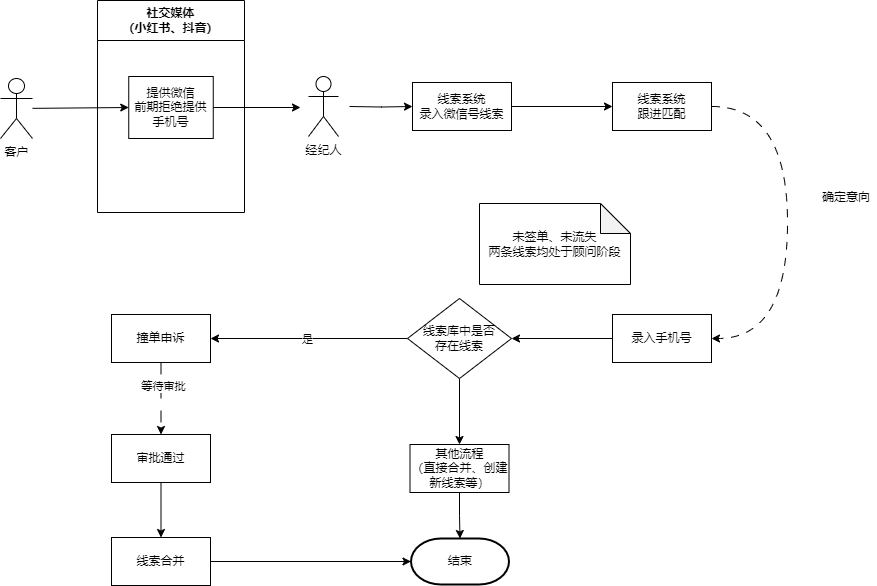
The draw.io diagram SCRM.drawio.png in anze1314/picture, before a commit. Source tidied: cells renumbered, new cells last; positions are measured from the earlier drawing's top-left corner, leaving out a move shared by most shapes. Source of this version:
```xml
<mxGraphModel>
  <root>
    <mxCell id="0" />
    <mxCell id="1" parent="0" />
    <mxCell id="2" style="edgeStyle=orthogonalEdgeStyle;rounded=0;jettySize=auto;html=1;entryX=0;entryY=0.5;entryDx=0;entryDy=0;" parent="1" edge="1" target="10">
      <mxGeometry relative="1" as="geometry">
        <mxPoint x="349" y="106" as="sourcePoint" />
      </mxGeometry>
    </mxCell>
    <mxCell id="3" value="经纪人" style="shape=umlActor;verticalLabelPosition=bottom;verticalAlign=top;html=1;" parent="1" vertex="1">
      <mxGeometry x="308" y="76" width="30" height="60" as="geometry" />
    </mxCell>
    <mxCell id="4" style="rounded=0;jettySize=auto;html=1;entryX=0;entryY=0.5;entryDx=0;entryDy=0;" parent="1" edge="1" source="5" target="7">
      <mxGeometry relative="1" as="geometry" />
    </mxCell>
    <mxCell id="5" value="客户" style="shape=umlActor;verticalLabelPosition=bottom;verticalAlign=top;html=1;outlineConnect=0;" parent="1" vertex="1">
      <mxGeometry y="78" width="32" height="60" as="geometry" />
    </mxCell>
    <mxCell id="6" value="社交媒体&lt;br&gt;（小红书、抖音）" style="swimlane;whiteSpace=wrap;html=1;startSize=40;" parent="1" vertex="1">
      <mxGeometry x="97" width="147" height="212" as="geometry" />
    </mxCell>
    <mxCell id="7" value="提供微信&lt;br&gt;前期拒绝提供手机号" style="rounded=0;whiteSpace=wrap;html=1;" parent="6" vertex="1">
      <mxGeometry x="31.2" y="76" width="84.5" height="62" as="geometry" />
    </mxCell>
    <mxCell id="8" style="rounded=0;jettySize=auto;html=1;exitX=1;exitY=0.5;exitDx=0;exitDy=0;" parent="1" edge="1" source="7">
      <mxGeometry relative="1" as="geometry">
        <mxPoint x="300" y="107" as="targetPoint" />
      </mxGeometry>
    </mxCell>
    <mxCell id="9" style="edgeStyle=orthogonalEdgeStyle;rounded=0;jettySize=auto;html=1;exitX=1;exitY=0.5;exitDx=0;exitDy=0;entryX=0;entryY=0.5;entryDx=0;entryDy=0;" parent="1" edge="1" source="10" target="12">
      <mxGeometry relative="1" as="geometry" />
    </mxCell>
    <mxCell id="10" value="线索系统&lt;br&gt;录入微信号线索" style="rounded=0;whiteSpace=wrap;html=1;" parent="1" vertex="1">
      <mxGeometry x="412" y="82" width="99" height="48" as="geometry" />
    </mxCell>
    <mxCell id="11" style="edgeStyle=orthogonalEdgeStyle;rounded=0;jettySize=auto;html=1;exitX=1;exitY=0.5;exitDx=0;exitDy=0;entryX=1;entryY=0.5;entryDx=0;entryDy=0;curved=1;dashed=1;dashPattern=8 8;" parent="1" edge="1" source="12" target="14">
      <mxGeometry relative="1" as="geometry">
        <Array as="points">
          <mxPoint x="787" y="106" />
          <mxPoint x="787" y="338" />
        </Array>
      </mxGeometry>
    </mxCell>
    <mxCell id="12" value="线索系统&lt;br&gt;跟进匹配" style="rounded=0;whiteSpace=wrap;html=1;" parent="1" vertex="1">
      <mxGeometry x="612" y="82" width="99" height="48" as="geometry" />
    </mxCell>
    <mxCell id="13" style="edgeStyle=orthogonalEdgeStyle;rounded=0;jettySize=auto;html=1;exitX=0;exitY=0.5;exitDx=0;exitDy=0;entryX=1;entryY=0.5;entryDx=0;entryDy=0;" parent="1" edge="1" source="14" target="22">
      <mxGeometry relative="1" as="geometry" />
    </mxCell>
    <mxCell id="14" value="录入手机号" style="rounded=0;whiteSpace=wrap;html=1;" parent="1" vertex="1">
      <mxGeometry x="612" y="314" width="99" height="48" as="geometry" />
    </mxCell>
    <mxCell id="15" value="确定意向" style="text;html=1;strokeColor=none;fillColor=none;align=center;verticalAlign=middle;whiteSpace=wrap;rounded=0;" parent="1" vertex="1">
      <mxGeometry x="816" y="182" width="60" height="30" as="geometry" />
    </mxCell>
    <mxCell id="16" style="edgeStyle=orthogonalEdgeStyle;rounded=0;jettySize=auto;html=1;exitX=0.5;exitY=1;exitDx=0;exitDy=0;entryX=0.5;entryY=0;entryDx=0;entryDy=0;dashed=1;dashPattern=12 12;" parent="1" edge="1" source="18" target="28">
      <mxGeometry relative="1" as="geometry" />
    </mxCell>
    <mxCell id="17" value="等待审批" style="edgeLabel;html=1;align=center;verticalAlign=middle;" parent="16" vertex="1">
      <mxGeometry x="-0.36" y="2" relative="1" as="geometry" />
    </mxCell>
    <mxCell id="18" value="撞单申诉" style="rounded=0;whiteSpace=wrap;html=1;" parent="1" vertex="1">
      <mxGeometry x="111" y="314" width="99" height="48" as="geometry" />
    </mxCell>
    <mxCell id="19" style="edgeStyle=orthogonalEdgeStyle;rounded=0;jettySize=auto;html=1;entryX=1;entryY=0.5;entryDx=0;entryDy=0;" parent="1" edge="1" source="22" target="18">
      <mxGeometry relative="1" as="geometry" />
    </mxCell>
    <mxCell id="20" value="是" style="edgeLabel;html=1;align=center;verticalAlign=middle;" parent="19" vertex="1">
      <mxGeometry x="0.02" relative="1" as="geometry" />
    </mxCell>
    <mxCell id="21" style="edgeStyle=orthogonalEdgeStyle;rounded=0;jettySize=auto;html=1;exitX=0.5;exitY=1;exitDx=0;exitDy=0;entryX=0.5;entryY=0;entryDx=0;entryDy=0;" parent="1" edge="1" source="22" target="25">
      <mxGeometry relative="1" as="geometry" />
    </mxCell>
    <mxCell id="22" value="线索库中是否&lt;br&gt;存在线索" style="rhombus;whiteSpace=wrap;html=1;" parent="1" vertex="1">
      <mxGeometry x="407" y="298" width="104" height="80" as="geometry" />
    </mxCell>
    <mxCell id="23" value="未签单、未流失&lt;br&gt;两条线索均处于顾问阶段&lt;br&gt;" style="shape=note;whiteSpace=wrap;html=1;backgroundOutline=1;darkOpacity=0.05;" parent="1" vertex="1">
      <mxGeometry x="479" y="203" width="151" height="81" as="geometry" />
    </mxCell>
    <mxCell id="24" style="edgeStyle=orthogonalEdgeStyle;rounded=0;jettySize=auto;html=1;exitX=0.5;exitY=1;exitDx=0;exitDy=0;" parent="1" edge="1" source="25" target="26">
      <mxGeometry relative="1" as="geometry" />
    </mxCell>
    <mxCell id="25" value="其他流程&lt;br&gt;（直接合并、创建新线索等）" style="rounded=0;whiteSpace=wrap;html=1;" parent="1" vertex="1">
      <mxGeometry x="409.5" y="444" width="99" height="48" as="geometry" />
    </mxCell>
    <mxCell id="26" value="结束" style="strokeWidth=2;html=1;shape=mxgraph.flowchart.terminator;whiteSpace=wrap;" parent="1" vertex="1">
      <mxGeometry x="410.5" y="538" width="98" height="46" as="geometry" />
    </mxCell>
    <mxCell id="27" style="edgeStyle=orthogonalEdgeStyle;rounded=0;jettySize=auto;html=1;exitX=0.5;exitY=1;exitDx=0;exitDy=0;" parent="1" edge="1" source="28" target="29">
      <mxGeometry relative="1" as="geometry" />
    </mxCell>
    <mxCell id="28" value="审批通过" style="rounded=0;whiteSpace=wrap;html=1;" parent="1" vertex="1">
      <mxGeometry x="111" y="434" width="99" height="48" as="geometry" />
    </mxCell>
    <mxCell id="29" value="线索合并" style="rounded=0;whiteSpace=wrap;html=1;" parent="1" vertex="1">
      <mxGeometry x="111" y="537" width="99" height="48" as="geometry" />
    </mxCell>
    <mxCell id="30" style="edgeStyle=orthogonalEdgeStyle;rounded=0;jettySize=auto;html=1;entryX=0;entryY=0.5;entryDx=0;entryDy=0;entryPerimeter=0;" parent="1" edge="1" source="29" target="26">
      <mxGeometry relative="1" as="geometry" />
    </mxCell>
  </root>
</mxGraphModel>
```
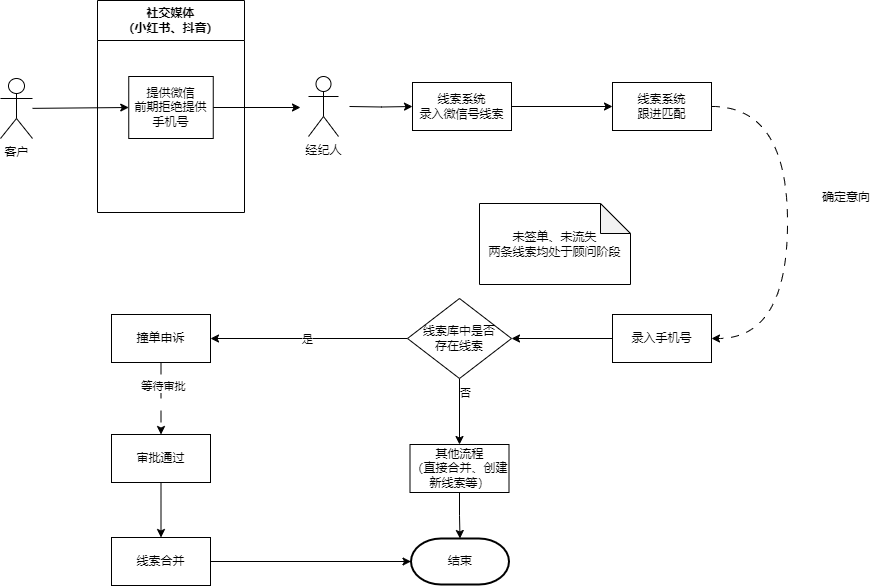
Later version of the same file.

The edit, as a diff of the source:
```diff
@@ -71,6 +71,9 @@
     <mxCell id="21" style="edgeStyle=orthogonalEdgeStyle;rounded=0;jettySize=auto;html=1;exitX=0.5;exitY=1;exitDx=0;exitDy=0;entryX=0.5;entryY=0;entryDx=0;entryDy=0;" parent="1" edge="1" source="22" target="25">
       <mxGeometry relative="1" as="geometry" />
     </mxCell>
+    <mxCell id="31" value="否" style="edgeLabel;html=1;align=center;verticalAlign=middle;" parent="21" vertex="1">
+      <mxGeometry x="-0.58" y="5" relative="1" as="geometry" />
+    </mxCell>
     <mxCell id="22" value="线索库中是否&lt;br&gt;存在线索" style="rhombus;whiteSpace=wrap;html=1;" parent="1" vertex="1">
       <mxGeometry x="407" y="298" width="104" height="80" as="geometry" />
     </mxCell>
```
